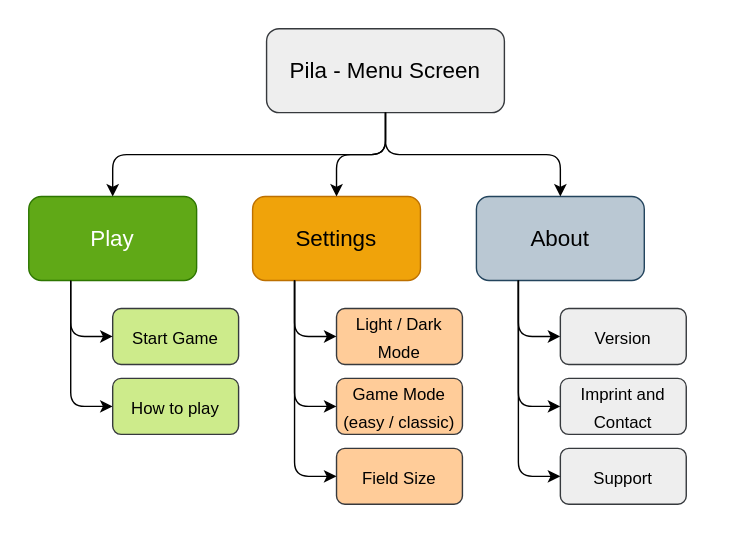
Earlier version of the draw.io export .drawio/app-concept.svg (FOehlschlaeger/pila). Source tidied: cells renumbered, new cells last; positions are measured from the earlier drawing's top-left corner, leaving out a move shared by most shapes.
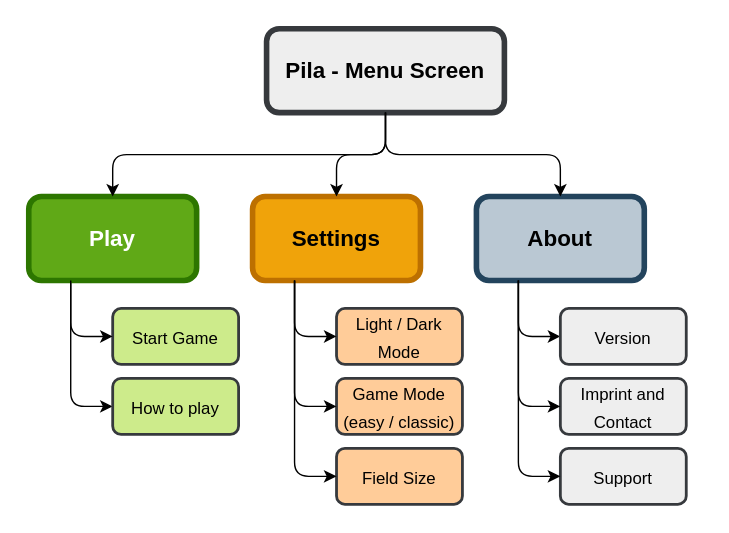
The same diagram one commit later.

Change to the diagram source:
```diff
@@ -13,19 +13,19 @@
       </mxGeometry>
     </mxCell>
     <mxCell id="4" value="Elements" parent="0" />
-    <mxCell id="5" value="&lt;font style=&quot;font-size: 16px;&quot;&gt;Pila - Menu Screen&lt;/font&gt;" style="rounded=1;whiteSpace=wrap;html=1;fillColor=#eeeeee;strokeColor=#36393d;" parent="4" vertex="1">
+    <mxCell id="5" value="&lt;font style=&quot;font-size: 16px;&quot;&gt;&lt;b&gt;Pila - Menu Screen&lt;/b&gt;&lt;/font&gt;" style="rounded=1;whiteSpace=wrap;html=1;fillColor=#eeeeee;strokeColor=#36393d;strokeWidth=4;" parent="4" vertex="1">
       <mxGeometry x="190" y="20" width="170" height="60" as="geometry" />
     </mxCell>
-    <mxCell id="6" value="&lt;font style=&quot;font-size: 16px;&quot;&gt;About&lt;/font&gt;" style="rounded=1;whiteSpace=wrap;html=1;fillColor=#bac8d3;strokeColor=#23445d;" parent="4" vertex="1">
+    <mxCell id="6" value="&lt;font style=&quot;font-size: 16px;&quot;&gt;&lt;b&gt;About&lt;/b&gt;&lt;/font&gt;" style="rounded=1;whiteSpace=wrap;html=1;fillColor=#bac8d3;strokeColor=#23445d;strokeWidth=4;" parent="4" vertex="1">
       <mxGeometry x="340" y="140" width="120" height="60" as="geometry" />
     </mxCell>
     <mxCell id="7" style="endArrow=classic;html=1;exitX=0.5;exitY=1;exitDx=0;exitDy=0;edgeStyle=orthogonalEdgeStyle;entryX=0.5;entryY=0;entryDx=0;entryDy=0;" parent="4" edge="1" source="5" target="6">
       <mxGeometry relative="1" as="geometry" />
     </mxCell>
-    <mxCell id="8" value="&lt;font style=&quot;font-size: 16px;&quot;&gt;Settings&lt;/font&gt;" style="rounded=1;whiteSpace=wrap;html=1;fillColor=#f0a30a;strokeColor=#BD7000;fontColor=#000000;" parent="4" vertex="1">
+    <mxCell id="8" value="&lt;font style=&quot;font-size: 16px;&quot;&gt;&lt;b&gt;Settings&lt;/b&gt;&lt;/font&gt;" style="rounded=1;whiteSpace=wrap;html=1;fillColor=#f0a30a;strokeColor=#BD7000;fontColor=#000000;strokeWidth=4;" parent="4" vertex="1">
       <mxGeometry x="180" y="140" width="120" height="60" as="geometry" />
     </mxCell>
-    <mxCell id="9" value="&lt;font style=&quot;font-size: 16px;&quot;&gt;Play&lt;/font&gt;" style="rounded=1;whiteSpace=wrap;html=1;fillColor=#60a917;strokeColor=#2D7600;fontColor=#ffffff;" parent="4" vertex="1">
+    <mxCell id="9" value="&lt;font style=&quot;font-size: 16px;&quot;&gt;&lt;b&gt;Play&lt;/b&gt;&lt;/font&gt;" style="rounded=1;whiteSpace=wrap;html=1;fillColor=#60a917;strokeColor=#2D7600;fontColor=#ffffff;strokeWidth=4;" parent="4" vertex="1">
       <mxGeometry x="20" y="140" width="120" height="60" as="geometry" />
     </mxCell>
     <mxCell id="10" style="endArrow=classic;html=1;exitX=0.5;exitY=1;exitDx=0;exitDy=0;edgeStyle=orthogonalEdgeStyle;entryX=0.5;entryY=0;entryDx=0;entryDy=0;" parent="4" edge="1" source="5" target="8">
@@ -41,10 +41,10 @@
         </Array>
       </mxGeometry>
     </mxCell>
-    <mxCell id="13" value="&lt;font style=&quot;font-size: 12px;&quot;&gt;Imprint and Contact&lt;/font&gt;" style="rounded=1;whiteSpace=wrap;html=1;fontSize=16;fillColor=#eeeeee;strokeColor=#36393d;" parent="4" vertex="1">
+    <mxCell id="13" value="&lt;font style=&quot;font-size: 12px;&quot;&gt;Imprint and Contact&lt;/font&gt;" style="rounded=1;whiteSpace=wrap;html=1;fontSize=16;fillColor=#eeeeee;strokeColor=#36393d;strokeWidth=2;" parent="4" vertex="1">
       <mxGeometry x="400" y="270" width="90" height="40" as="geometry" />
     </mxCell>
-    <mxCell id="14" value="&lt;font style=&quot;font-size: 12px;&quot;&gt;Support&lt;/font&gt;" style="rounded=1;whiteSpace=wrap;html=1;fontSize=16;fillColor=#eeeeee;strokeColor=#36393d;" parent="4" vertex="1">
+    <mxCell id="14" value="&lt;font style=&quot;font-size: 12px;&quot;&gt;Support&lt;/font&gt;" style="rounded=1;whiteSpace=wrap;html=1;fontSize=16;fillColor=#eeeeee;strokeColor=#36393d;strokeWidth=2;" parent="4" vertex="1">
       <mxGeometry x="400" y="320" width="90" height="40" as="geometry" />
     </mxCell>
     <mxCell id="15" style="endArrow=classic;html=1;fontSize=16;entryX=0;entryY=0.5;entryDx=0;entryDy=0;edgeStyle=elbowEdgeStyle;exitX=0.25;exitY=1;exitDx=0;exitDy=0;" parent="4" edge="1" source="6" target="13">
@@ -61,10 +61,10 @@
         </Array>
       </mxGeometry>
     </mxCell>
-    <mxCell id="17" value="&lt;font style=&quot;font-size: 12px;&quot;&gt;Light / Dark Mode&lt;/font&gt;" style="rounded=1;whiteSpace=wrap;html=1;fontSize=16;fillColor=#ffcc99;strokeColor=#36393d;" parent="4" vertex="1">
+    <mxCell id="17" value="&lt;font style=&quot;font-size: 12px;&quot;&gt;Light / Dark Mode&lt;/font&gt;" style="rounded=1;whiteSpace=wrap;html=1;fontSize=16;fillColor=#ffcc99;strokeColor=#36393d;strokeWidth=2;" parent="4" vertex="1">
       <mxGeometry x="240" y="220" width="90" height="40" as="geometry" />
     </mxCell>
-    <mxCell id="18" value="&lt;font style=&quot;font-size: 12px;&quot;&gt;Game Mode&lt;br&gt;(easy / classic)&lt;/font&gt;" style="rounded=1;whiteSpace=wrap;html=1;fontSize=16;fillColor=#ffcc99;strokeColor=#36393d;" parent="4" vertex="1">
+    <mxCell id="18" value="&lt;font style=&quot;font-size: 12px;&quot;&gt;Game Mode&lt;br&gt;(easy / classic)&lt;/font&gt;" style="rounded=1;whiteSpace=wrap;html=1;fontSize=16;fillColor=#ffcc99;strokeColor=#36393d;strokeWidth=2;" parent="4" vertex="1">
       <mxGeometry x="240" y="270" width="90" height="40" as="geometry" />
     </mxCell>
     <mxCell id="19" style="endArrow=classic;html=1;fontSize=16;entryX=0;entryY=0.5;entryDx=0;entryDy=0;edgeStyle=elbowEdgeStyle;exitX=0.25;exitY=1;exitDx=0;exitDy=0;" parent="4" edge="1" source="8" target="17">
@@ -81,10 +81,10 @@
         </Array>
       </mxGeometry>
     </mxCell>
-    <mxCell id="21" value="&lt;font style=&quot;font-size: 12px;&quot;&gt;How to play&lt;/font&gt;" style="rounded=1;whiteSpace=wrap;html=1;fontSize=16;fillColor=#cdeb8b;strokeColor=#36393d;" parent="4" vertex="1">
+    <mxCell id="21" value="&lt;font style=&quot;font-size: 12px;&quot;&gt;How to play&lt;/font&gt;" style="rounded=1;whiteSpace=wrap;html=1;fontSize=16;fillColor=#cdeb8b;strokeColor=#36393d;strokeWidth=2;" parent="4" vertex="1">
       <mxGeometry x="80" y="270" width="90" height="40" as="geometry" />
     </mxCell>
-    <mxCell id="22" value="&lt;span style=&quot;font-size: 12px;&quot;&gt;Start Game&lt;/span&gt;" style="rounded=1;whiteSpace=wrap;html=1;fontSize=16;fillColor=#cdeb8b;strokeColor=#36393d;" parent="4" vertex="1">
+    <mxCell id="22" value="&lt;span style=&quot;font-size: 12px;&quot;&gt;Start Game&lt;/span&gt;" style="rounded=1;whiteSpace=wrap;html=1;fontSize=16;fillColor=#cdeb8b;strokeColor=#36393d;strokeWidth=2;" parent="4" vertex="1">
       <mxGeometry x="80" y="220" width="90" height="40" as="geometry" />
     </mxCell>
     <mxCell id="23" style="endArrow=classic;html=1;fontSize=16;entryX=0;entryY=0.5;entryDx=0;entryDy=0;edgeStyle=elbowEdgeStyle;exitX=0.25;exitY=1;exitDx=0;exitDy=0;" parent="4" edge="1" source="9" target="22">
@@ -94,7 +94,7 @@
         </Array>
       </mxGeometry>
     </mxCell>
-    <mxCell id="24" value="&lt;span style=&quot;font-size: 12px;&quot;&gt;Field Size&lt;/span&gt;" style="rounded=1;whiteSpace=wrap;html=1;fontSize=16;fillColor=#ffcc99;strokeColor=#36393d;" parent="4" vertex="1">
+    <mxCell id="24" value="&lt;span style=&quot;font-size: 12px;&quot;&gt;Field Size&lt;/span&gt;" style="rounded=1;whiteSpace=wrap;html=1;fontSize=16;fillColor=#ffcc99;strokeColor=#36393d;strokeWidth=2;" parent="4" vertex="1">
       <mxGeometry x="240" y="320" width="90" height="40" as="geometry" />
     </mxCell>
     <mxCell id="25" style="endArrow=classic;html=1;fontSize=16;entryX=0;entryY=0.5;entryDx=0;entryDy=0;edgeStyle=elbowEdgeStyle;exitX=0.25;exitY=1;exitDx=0;exitDy=0;" parent="4" edge="1" source="8" target="24">
@@ -104,7 +104,7 @@
         </Array>
       </mxGeometry>
     </mxCell>
-    <mxCell id="26" value="&lt;font style=&quot;font-size: 12px;&quot;&gt;Version&lt;/font&gt;" style="rounded=1;whiteSpace=wrap;html=1;fontSize=16;fillColor=#eeeeee;strokeColor=#36393d;" parent="4" vertex="1">
+    <mxCell id="26" value="&lt;font style=&quot;font-size: 12px;&quot;&gt;Version&lt;/font&gt;" style="rounded=1;whiteSpace=wrap;html=1;fontSize=16;fillColor=#eeeeee;strokeColor=#36393d;strokeWidth=2;" parent="4" vertex="1">
       <mxGeometry x="400" y="220" width="90" height="40" as="geometry" />
     </mxCell>
   </root>
```
